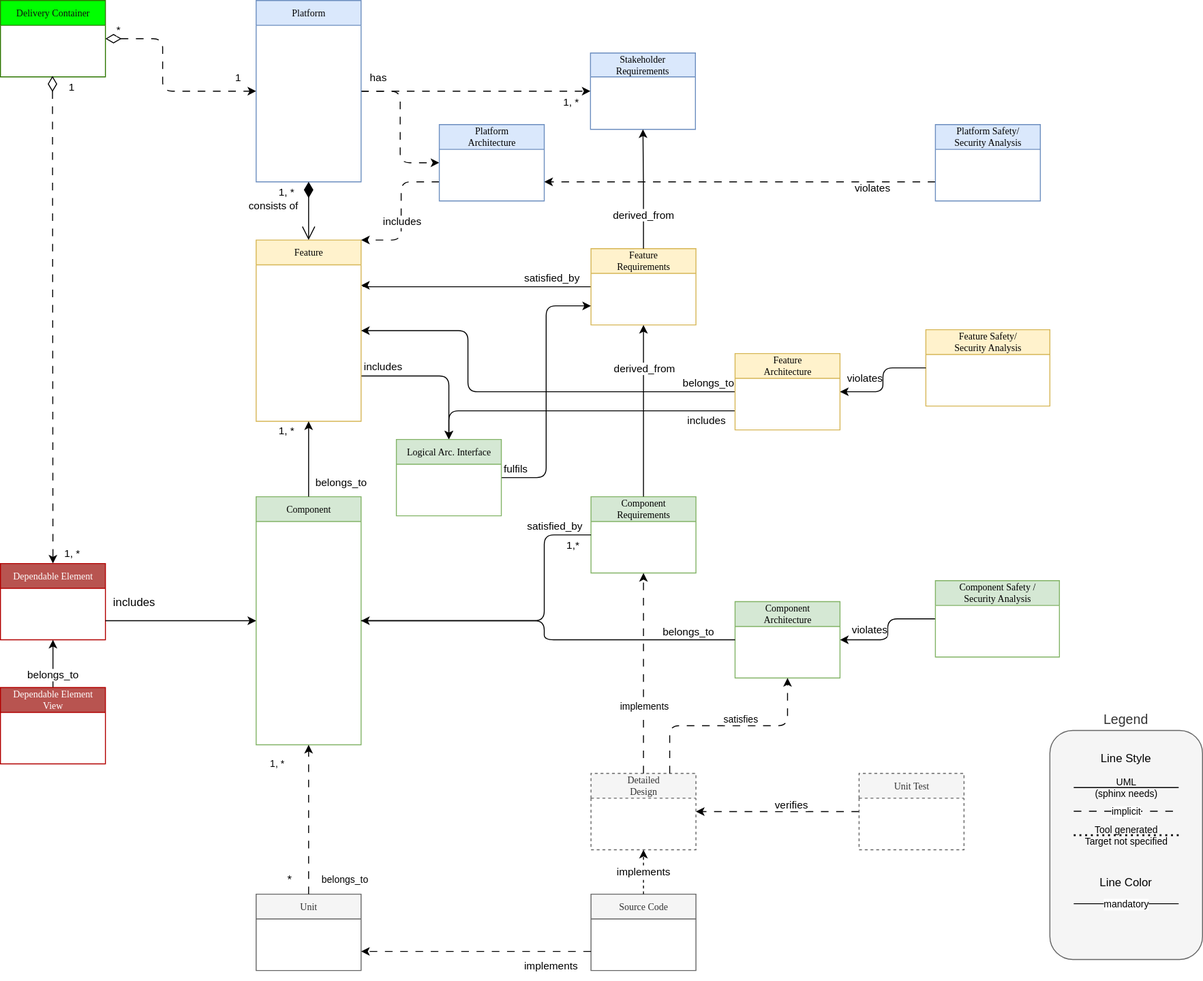
Before: main/_images/score_building_blocks_meta_model_simplified.drawio.svg, a diagram exported from draw.io (alekseyborisyukvalidas/process_description). Source tidied: cells renumbered, new cells last; positions are measured from the earlier drawing's top-left corner, leaving out a move shared by most shapes.
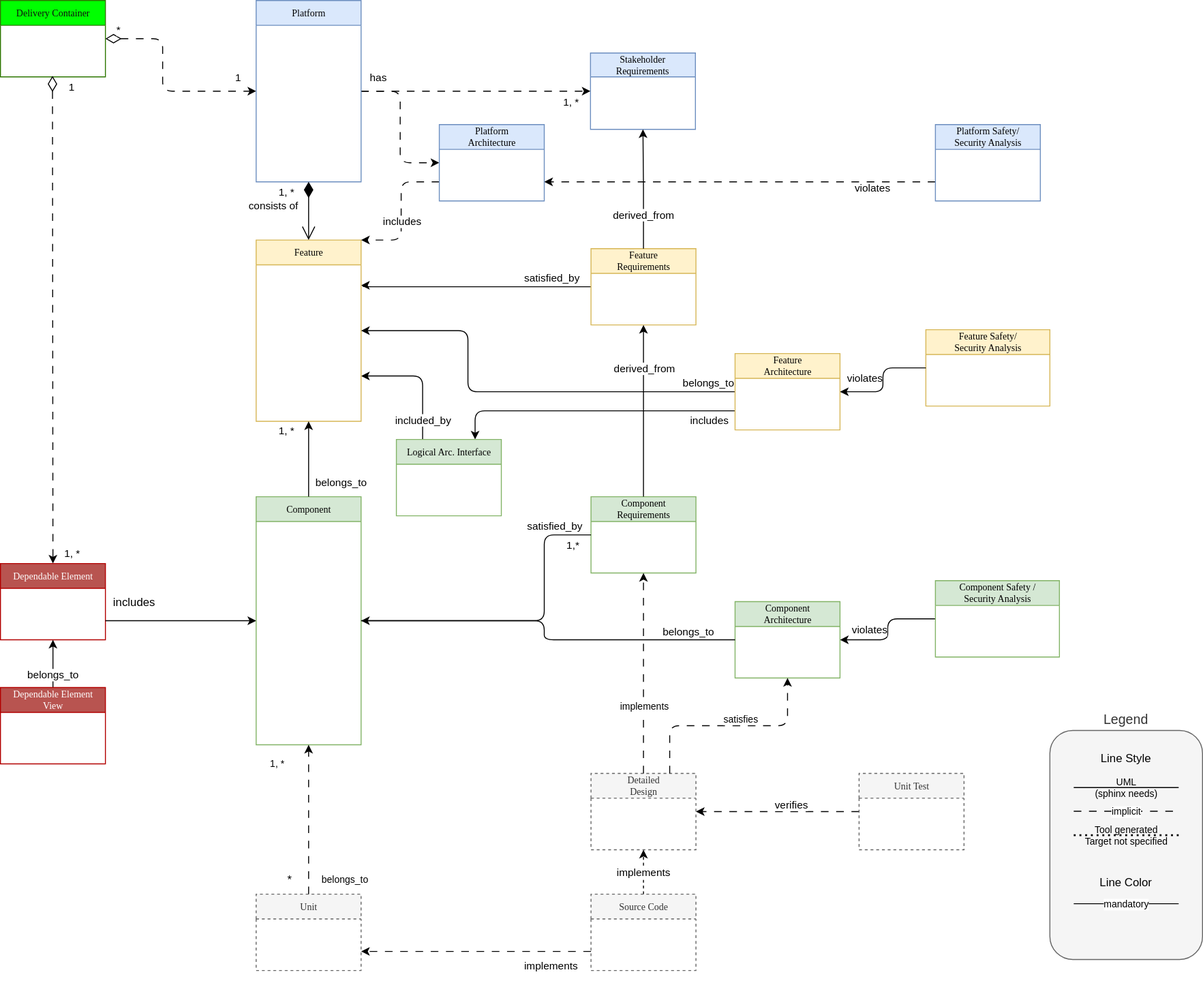
Later version of the same file.

The edit, as a diff of the source:
```diff
@@ -18,10 +18,8 @@
         <mxPoint x="-20" y="-7" as="offset" />
       </mxGeometry>
     </mxCell>
-    <mxCell id="5" value="includes" style="edgeStyle=orthogonalEdgeStyle;html=1;exitX=1;exitY=0.75;exitDx=0;exitDy=0;entryX=0.5;entryY=0;entryDx=0;entryDy=0;" parent="1" edge="1" source="6" target="60">
-      <mxGeometry x="-0.71" y="11" relative="1" as="geometry">
-        <mxPoint y="1" as="offset" />
-      </mxGeometry>
+    <mxCell id="5" value="included_by" style="edgeStyle=orthogonalEdgeStyle;html=1;exitX=1;exitY=0.75;exitDx=0;exitDy=0;entryX=0.25;entryY=0;entryDx=0;entryDy=0;endArrow=none;endFill=0;startArrow=classic;startFill=1;" parent="1" edge="1" source="6" target="60">
+      <mxGeometry x="0.69" relative="1" as="geometry" />
     </mxCell>
     <mxCell id="6" value="Feature" style="swimlane;html=1;fontStyle=0;horizontal=1;startSize=26;fillColor=#fff2cc;swimlaneFillColor=#ffffff;rounded=0;shadow=0;comic=0;labelBackgroundColor=none;strokeWidth=1;fontFamily=Verdana;fontSize=10;align=center;strokeColor=#d6b656;" parent="1" vertex="1">
       <mxGeometry x="268" y="251" width="110" height="190" as="geometry" />
@@ -35,7 +33,7 @@
     <mxCell id="9" value="Feature&lt;br&gt;Requirements" style="swimlane;html=1;fontStyle=0;horizontal=1;startSize=26;fillColor=#fff2cc;swimlaneFillColor=#ffffff;rounded=0;shadow=0;comic=0;labelBackgroundColor=none;strokeWidth=1;fontFamily=Verdana;fontSize=10;align=center;strokeColor=#d6b656;" parent="1" vertex="1">
       <mxGeometry x="619" y="260" width="110" height="80" as="geometry" />
     </mxCell>
-    <mxCell id="10" value="includes" style="edgeStyle=orthogonalEdgeStyle;html=1;exitX=0;exitY=0.75;exitDx=0;exitDy=0;entryX=0.5;entryY=0;entryDx=0;entryDy=0;" parent="1" edge="1" source="13" target="60">
+    <mxCell id="10" value="includes" style="edgeStyle=orthogonalEdgeStyle;html=1;exitX=0;exitY=0.75;exitDx=0;exitDy=0;entryX=0.75;entryY=0;entryDx=0;entryDy=0;" parent="1" edge="1" source="13" target="60">
       <mxGeometry x="-0.82" y="10" relative="1" as="geometry" />
     </mxCell>
     <mxCell id="11" style="edgeStyle=orthogonalEdgeStyle;html=1;exitX=0;exitY=0.5;exitDx=0;exitDy=0;entryX=1;entryY=0.5;entryDx=0;entryDy=0;" parent="1" edge="1" source="13" target="6">
@@ -75,7 +73,7 @@
         <mxPoint x="-9" y="-11" as="offset" />
       </mxGeometry>
     </mxCell>
-    <mxCell id="18" value="Unit" style="swimlane;html=1;fontStyle=0;horizontal=1;startSize=26;fillColor=#f5f5f5;swimlaneFillColor=#ffffff;rounded=0;shadow=0;comic=0;labelBackgroundColor=none;strokeWidth=1;fontFamily=Verdana;fontSize=10;align=center;fontColor=#333333;strokeColor=#666666;" parent="1" vertex="1">
+    <mxCell id="18" value="Unit" style="swimlane;html=1;fontStyle=0;horizontal=1;startSize=26;fillColor=#f5f5f5;swimlaneFillColor=#ffffff;rounded=0;shadow=0;comic=0;labelBackgroundColor=none;strokeWidth=1;fontFamily=Verdana;fontSize=10;align=center;fontColor=#333333;strokeColor=#666666;dashed=1;verticalAlign=middle;" parent="1" vertex="1">
       <mxGeometry x="268" y="936.5" width="110" height="80" as="geometry" />
     </mxCell>
     <mxCell id="19" value="1, *" style="endArrow=classic;html=1;endSize=6;startArrow=none;startSize=14;startFill=0;edgeStyle=orthogonalEdgeStyle;align=center;verticalAlign=middle;rounded=1;entryX=0.5;entryY=1;entryDx=0;entryDy=0;exitX=0.5;exitY=0;exitDx=0;exitDy=0;endFill=1;dashed=1;dashPattern=8 8;strokeColor=default;fontFamily=Helvetica;fontSize=10;fontColor=default;labelBackgroundColor=default;" parent="1" edge="1" source="18" target="7">
@@ -86,7 +84,7 @@
         <mxPoint x="39" y="20" as="offset" />
       </mxGeometry>
     </mxCell>
-    <mxCell id="21" value="Source Code" style="swimlane;html=1;fontStyle=0;horizontal=1;startSize=26;fillColor=#f5f5f5;swimlaneFillColor=#ffffff;rounded=0;shadow=0;comic=0;labelBackgroundColor=none;strokeWidth=1;fontFamily=Verdana;fontSize=10;align=center;fontColor=#333333;strokeColor=#666666;" parent="1" vertex="1">
+    <mxCell id="21" value="Source Code" style="swimlane;html=1;fontStyle=0;horizontal=1;startSize=26;fillColor=#f5f5f5;swimlaneFillColor=#ffffff;rounded=0;shadow=0;comic=0;labelBackgroundColor=none;strokeWidth=1;fontFamily=Verdana;fontSize=10;align=center;fontColor=#333333;strokeColor=#666666;dashed=1;verticalAlign=middle;" parent="1" vertex="1">
       <mxGeometry x="619" y="936.5" width="110" height="80" as="geometry" />
     </mxCell>
     <mxCell id="22" value="Stakeholder&lt;br&gt;&amp;nbsp;Requirements" style="swimlane;html=1;fontStyle=0;horizontal=1;startSize=25;fillColor=#dae8fc;swimlaneFillColor=#ffffff;rounded=0;shadow=0;comic=0;labelBackgroundColor=none;strokeWidth=1;fontFamily=Verdana;fontSize=10;align=center;strokeColor=#6c8ebf;" parent="1" vertex="1">
@@ -248,9 +246,6 @@
         <mxPoint x="-37" y="-244" as="offset" />
       </mxGeometry>
     </mxCell>
-    <mxCell id="59" value="fulfils" style="edgeStyle=orthogonalEdgeStyle;html=1;entryX=0;entryY=0.75;entryDx=0;entryDy=0;exitX=1;exitY=0.5;exitDx=0;exitDy=0;strokeColor=#000000;verticalAlign=bottom;" parent="1" edge="1" source="60" target="9">
-      <mxGeometry x="-0.89" relative="1" as="geometry" />
-    </mxCell>
     <mxCell id="60" value="Logical Arc. Interface" style="swimlane;html=1;fontStyle=0;horizontal=1;startSize=26;fillColor=#d5e8d4;swimlaneFillColor=#ffffff;rounded=0;shadow=0;comic=0;labelBackgroundColor=none;strokeWidth=1;fontFamily=Verdana;fontSize=10;align=center;strokeColor=#82b366;" parent="1" vertex="1">
       <mxGeometry x="415" y="460" width="110" height="80" as="geometry" />
     </mxCell>
```
